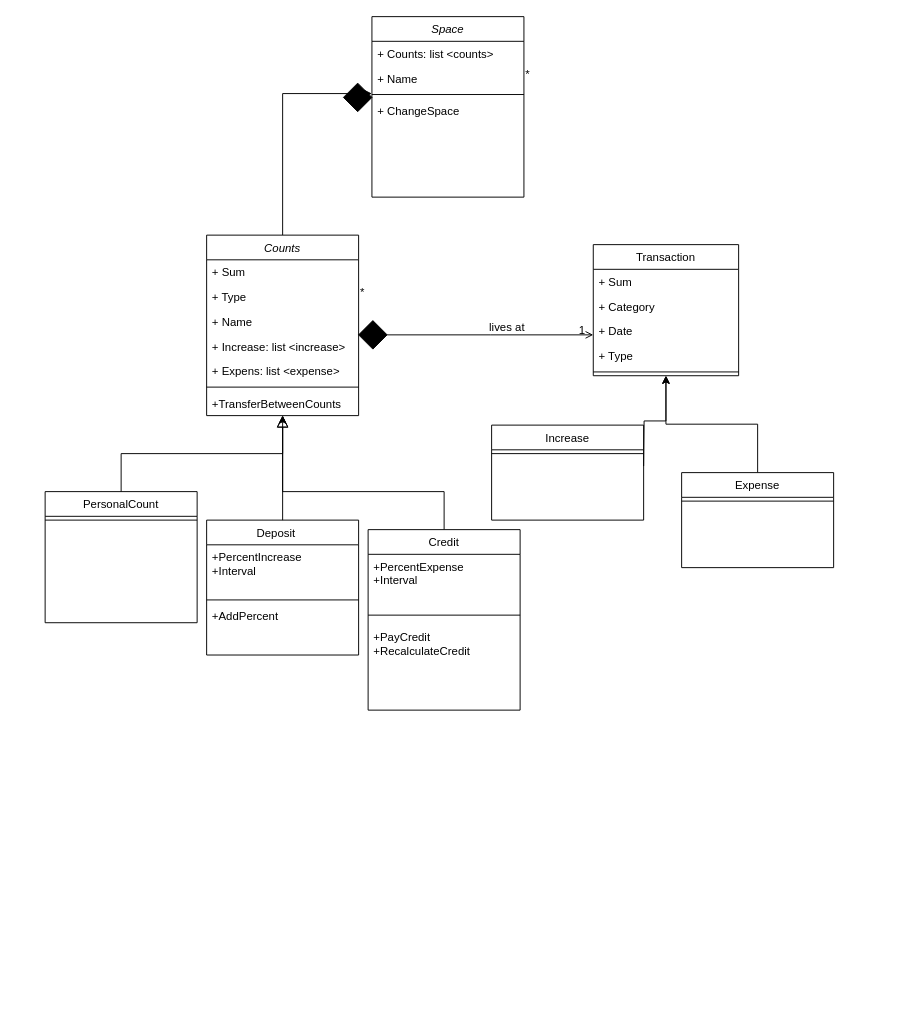
The draw.io diagram FinanceAnalytic/UML/Untitled Diagram.drawio in klokgd/FinanceAnalytic, before the edit. Source tidied: cells renumbered, new cells numbered last; positions are measured from the earlier drawing's top-left corner, leaving out a move shared by most shapes. Both pictures are drawn from the tidied source at 95%, with x=0, y=0 at pixel (45, 16).
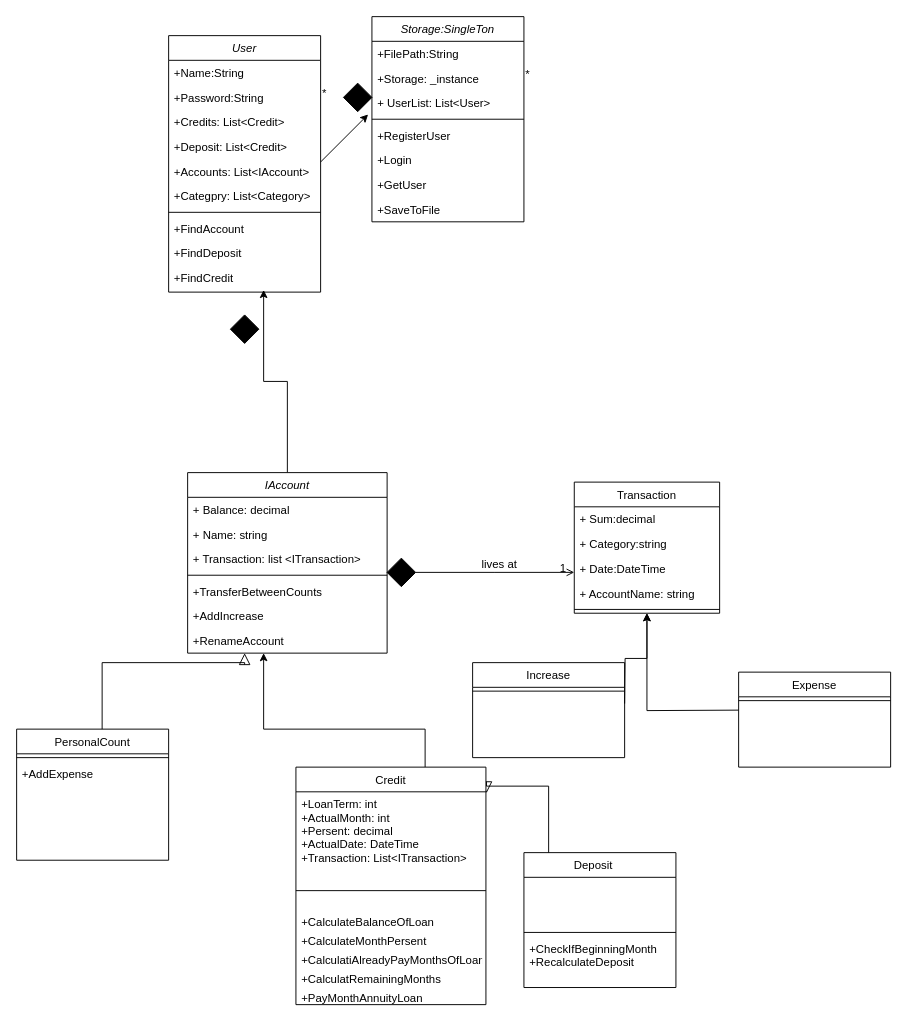
After the change.

The edit, as a diff of the source:
```diff
@@
-    <mxCell id="2" style="edgeStyle=orthogonalEdgeStyle;rounded=0;jettySize=auto;html=1;entryX=0;entryY=1.115;entryDx=0;entryDy=0;entryPerimeter=0;" parent="1" edge="1" source="3" target="44">
+    <mxCell id="2" style="edgeStyle=orthogonalEdgeStyle;rounded=0;jettySize=auto;html=1;entryX=0.625;entryY=0.989;entryDx=0;entryDy=0;entryPerimeter=0;" parent="1" edge="1" source="3" target="72">
       <mxGeometry relative="1" as="geometry" />
     </mxCell>
-    <mxCell id="3" value="Counts" style="swimlane;fontStyle=2;align=center;verticalAlign=top;horizontal=1;startSize=26;rounded=0;shadow=0;strokeWidth=1;" parent="1" vertex="1">
-      <mxGeometry x="170" y="230" width="160" height="190" as="geometry" />
+    <mxCell id="3" value="IAccount" style="swimlane;fontStyle=2;align=center;verticalAlign=top;horizontal=1;startSize=26;rounded=0;shadow=0;strokeWidth=1;" parent="1" vertex="1">
+      <mxGeometry x="150" y="480" width="210" height="190" as="geometry" />
     </mxCell>
-    <mxCell id="4" value="+ Sum" style="text;align=left;verticalAlign=top;spacingLeft=4;spacingRight=4;overflow=hidden;" parent="3" vertex="1">
-      <mxGeometry y="26" width="160" height="26" as="geometry" />
+    <mxCell id="4" value="+ Balance: decimal" style="text;align=left;verticalAlign=top;spacingLeft=4;spacingRight=4;overflow=hidden;" parent="3" vertex="1">
+      <mxGeometry y="26" width="210" height="26" as="geometry" />
     </mxCell>
-    <mxCell id="5" value="+ Type" style="text;align=left;verticalAlign=top;spacingLeft=4;spacingRight=4;overflow=hidden;rounded=0;shadow=0;html=0;" parent="3" vertex="1">
-      <mxGeometry y="52" width="160" height="26" as="geometry" />
+    <mxCell id="5" value="+ Name: string" style="text;align=left;verticalAlign=top;spacingLeft=4;spacingRight=4;overflow=hidden;rounded=0;shadow=0;html=0;" parent="3" vertex="1">
+      <mxGeometry y="52" width="210" height="26" as="geometry" />
     </mxCell>
-    <mxCell id="6" value="+ Name" style="text;align=left;verticalAlign=top;spacingLeft=4;spacingRight=4;overflow=hidden;rounded=0;shadow=0;html=0;" parent="3" vertex="1">
-      <mxGeometry y="78" width="160" height="26" as="geometry" />
-    </mxCell>
-    <mxCell id="7" value="+ Increase: list &lt;increase&gt;" style="text;align=left;verticalAlign=top;spacingLeft=4;spacingRight=4;overflow=hidden;rounded=0;shadow=0;html=0;" parent="3" vertex="1">
-      <mxGeometry y="104" width="160" height="26" as="geometry" />
+    <mxCell id="7" value="+ Transaction: list &lt;ITransaction&gt;" style="text;align=left;verticalAlign=top;spacingLeft=4;spacingRight=4;overflow=hidden;rounded=0;shadow=0;html=0;" parent="3" vertex="1">
+      <mxGeometry y="78" width="210" height="26" as="geometry" />
     </mxCell>
-    <mxCell id="8" value="+ Expens: list &lt;expense&gt;" style="text;align=left;verticalAlign=top;spacingLeft=4;spacingRight=4;overflow=hidden;rounded=0;shadow=0;html=0;" parent="3" vertex="1">
-      <mxGeometry y="130" width="160" height="26" as="geometry" />
-    </mxCell>
     <mxCell id="9" style="line;html=1;strokeWidth=1;align=left;verticalAlign=middle;spacingTop=-1;spacingLeft=3;spacingRight=3;labelPosition=right;" parent="3" vertex="1">
-      <mxGeometry y="156" width="160" height="8" as="geometry" />
+      <mxGeometry y="104" width="210" height="8" as="geometry" />
     </mxCell>
     <mxCell id="10" value="+TransferBetweenCounts" style="text;align=left;verticalAlign=top;spacingLeft=4;spacingRight=4;overflow=hidden;rounded=0;shadow=0;html=0;" parent="3" vertex="1">
-      <mxGeometry y="164" width="160" height="26" as="geometry" />
+      <mxGeometry y="112" width="210" height="26" as="geometry" />
     </mxCell>
+    <mxCell id="50" value="+AddIncrease" style="text;align=left;verticalAlign=top;spacingLeft=4;spacingRight=4;overflow=hidden;rounded=0;shadow=0;html=0;" parent="3" vertex="1">
+      <mxGeometry y="138" width="210" height="26" as="geometry" />
+    </mxCell>
+    <mxCell id="51" value="+RenameAccount" style="text;align=left;verticalAlign=top;spacingLeft=4;spacingRight=4;overflow=hidden;rounded=0;shadow=0;html=0;" parent="3" vertex="1">
+      <mxGeometry y="164" width="210" height="26" as="geometry" />
+    </mxCell>
     <mxCell id="11" value="PersonalCount" style="swimlane;fontStyle=0;align=center;verticalAlign=top;horizontal=1;startSize=26;rounded=0;shadow=0;strokeWidth=1;" parent="1" vertex="1">
-      <mxGeometry y="500" width="160" height="138" as="geometry" />
+      <mxGeometry x="-30" y="750" width="160" height="138" as="geometry" />
     </mxCell>
@@
+    <mxCell id="52" value="+AddExpense" style="text;align=left;verticalAlign=top;spacingLeft=4;spacingRight=4;overflow=hidden;rounded=0;shadow=0;html=0;" parent="11" vertex="1">
+      <mxGeometry y="34" width="160" height="26" as="geometry" />
+    </mxCell>
-    <mxCell id="13" style="endArrow=block;endSize=10;endFill=0;shadow=0;strokeWidth=1;rounded=0;edgeStyle=elbowEdgeStyle;elbow=vertical;" parent="1" edge="1" source="11" target="3">
-      <mxGeometry relative="1" as="geometry" />
+    <mxCell id="13" style="endArrow=block;endSize=10;endFill=0;shadow=0;strokeWidth=1;rounded=0;edgeStyle=elbowEdgeStyle;elbow=vertical;" parent="1" edge="1" target="3">
+      <mxGeometry relative="1" as="geometry">
+        <mxPoint x="60" y="750" as="sourcePoint" />
+        <Array as="points">
+          <mxPoint x="210" y="680" />
+        </Array>
+      </mxGeometry>
     </mxCell>
     <mxCell id="14" value="Deposit    " style="swimlane;fontStyle=0;align=center;verticalAlign=top;horizontal=1;startSize=26;rounded=0;shadow=0;strokeWidth=1;" parent="1" vertex="1">
-      <mxGeometry x="170" y="530" width="160" height="142" as="geometry" />
+      <mxGeometry x="504" y="880" width="160" height="142" as="geometry" />
     </mxCell>
-    <mxCell id="15" value="+PercentIncrease&#10;+Interval&#10;" style="text;align=left;verticalAlign=top;spacingLeft=4;spacingRight=4;overflow=hidden;" parent="14" vertex="1">
+    <mxCell id="15" value="&#10;" style="text;align=left;verticalAlign=top;spacingLeft=4;spacingRight=4;overflow=hidden;" parent="14" vertex="1">
       <mxGeometry y="26" width="160" height="54" as="geometry" />
     </mxCell>
@@
-    <mxCell id="17" value="+AddPercent" style="text;align=left;verticalAlign=top;spacingLeft=4;spacingRight=4;overflow=hidden;" parent="14" vertex="1">
+    <mxCell id="17" value="+CheckIfBeginningMonth&#10;+RecalculateDeposit&#10;" style="text;align=left;verticalAlign=top;spacingLeft=4;spacingRight=4;overflow=hidden;" parent="14" vertex="1">
       <mxGeometry y="88" width="160" height="54" as="geometry" />
     </mxCell>
-    <mxCell id="18" style="endArrow=block;endSize=10;endFill=0;shadow=0;strokeWidth=1;rounded=0;edgeStyle=elbowEdgeStyle;elbow=vertical;" parent="1" edge="1" source="14" target="3">
-      <mxGeometry relative="1" as="geometry" />
+    <mxCell id="18" style="endArrow=block;endSize=10;endFill=0;shadow=0;strokeWidth=1;rounded=0;edgeStyle=elbowEdgeStyle;elbow=vertical;entryX=1.003;entryY=0.11;entryDx=0;entryDy=0;entryPerimeter=0;" parent="1" edge="1" source="14" target="29">
+      <mxGeometry relative="1" as="geometry">
+        <Array as="points">
+          <mxPoint x="530" y="810" />
+        </Array>
+      </mxGeometry>
     </mxCell>
     <mxCell id="19" value="Transaction" style="swimlane;fontStyle=0;align=center;verticalAlign=top;horizontal=1;startSize=26;rounded=0;shadow=0;strokeWidth=1;" parent="1" vertex="1">
-      <mxGeometry x="577" y="240" width="153" height="138" as="geometry" />
+      <mxGeometry x="557" y="490" width="153" height="138" as="geometry" />
     </mxCell>
-    <mxCell id="20" value="+ Sum" style="text;align=left;verticalAlign=top;spacingLeft=4;spacingRight=4;overflow=hidden;" parent="19" vertex="1">
+    <mxCell id="20" value="+ Sum:decimal" style="text;align=left;verticalAlign=top;spacingLeft=4;spacingRight=4;overflow=hidden;" parent="19" vertex="1">
       <mxGeometry y="26" width="153" height="26" as="geometry" />
     </mxCell>
-    <mxCell id="21" value="+ Category" style="text;align=left;verticalAlign=top;spacingLeft=4;spacingRight=4;overflow=hidden;" parent="19" vertex="1">
+    <mxCell id="21" value="+ Category:string" style="text;align=left;verticalAlign=top;spacingLeft=4;spacingRight=4;overflow=hidden;" parent="19" vertex="1">
       <mxGeometry y="52" width="153" height="26" as="geometry" />
     </mxCell>
-    <mxCell id="22" value="+ Date" style="text;align=left;verticalAlign=top;spacingLeft=4;spacingRight=4;overflow=hidden;" parent="19" vertex="1">
+    <mxCell id="22" value="+ Date:DateTime" style="text;align=left;verticalAlign=top;spacingLeft=4;spacingRight=4;overflow=hidden;" parent="19" vertex="1">
       <mxGeometry y="78" width="153" height="26" as="geometry" />
     </mxCell>
-    <mxCell id="23" value="+ Type " style="text;align=left;verticalAlign=top;spacingLeft=4;spacingRight=4;overflow=hidden;" parent="19" vertex="1">
+    <mxCell id="23" value="+ AccountName: string " style="text;align=left;verticalAlign=top;spacingLeft=4;spacingRight=4;overflow=hidden;" parent="19" vertex="1">
       <mxGeometry y="104" width="153" height="26" as="geometry" />
     </mxCell>
@@
     <mxCell id="28" style="edgeStyle=orthogonalEdgeStyle;rounded=0;jettySize=auto;html=1;" parent="1" edge="1" source="29">
       <mxGeometry relative="1" as="geometry">
-        <mxPoint x="250" y="420" as="targetPoint" />
+        <mxPoint x="230" y="670" as="targetPoint" />
         <Array as="points">
-          <mxPoint x="420" y="500" />
-          <mxPoint x="250" y="500" />
+          <mxPoint x="400" y="750" />
+          <mxPoint x="230" y="750" />
         </Array>
       </mxGeometry>
     </mxCell>
     <mxCell id="29" value="Credit" style="swimlane;fontStyle=0;align=center;verticalAlign=top;horizontal=1;startSize=26;rounded=0;shadow=0;strokeWidth=1;" parent="1" vertex="1">
-      <mxGeometry x="340" y="540" width="160" height="190" as="geometry" />
+      <mxGeometry x="264" y="790" width="200" height="250" as="geometry" />
     </mxCell>
-    <mxCell id="30" value="+PercentExpense&#10;+Interval&#10;" style="text;align=left;verticalAlign=top;spacingLeft=4;spacingRight=4;overflow=hidden;" parent="29" vertex="1">
-      <mxGeometry y="26" width="160" height="54" as="geometry" />
+    <mxCell id="30" value="+LoanTerm: int&#10;+ActualMonth: int&#10;+Persent: decimal&#10;+ActualDate: DateTime&#10;+Transaction: List&lt;ITransaction&gt;&#10;" style="text;align=left;verticalAlign=top;spacingLeft=4;spacingRight=4;overflow=hidden;" parent="29" vertex="1">
+      <mxGeometry y="26" width="200" height="84" as="geometry" />
     </mxCell>
     <mxCell id="31" style="line;html=1;strokeWidth=1;align=left;verticalAlign=middle;spacingTop=-1;spacingLeft=3;spacingRight=3;labelPosition=right;" parent="29" vertex="1">
-      <mxGeometry y="80" width="160" height="20" as="geometry" />
+      <mxGeometry y="110" width="200" height="40" as="geometry" />
     </mxCell>
-    <mxCell id="32" value="+PayCredit&#10;+RecalculateCredit&#10;" style="text;align=left;verticalAlign=top;spacingLeft=4;spacingRight=4;overflow=hidden;" parent="29" vertex="1">
-      <mxGeometry y="100" width="160" height="32" as="geometry" />
-    </mxCell>
+    <mxCell id="53" value="+CalculateBalanceOfLoan" style="text;align=left;verticalAlign=top;spacingLeft=4;spacingRight=4;overflow=hidden;" parent="29" vertex="1">
+      <mxGeometry y="150" width="200" height="20" as="geometry" />
+    </mxCell>
+    <mxCell id="54" value="+CalculateMonthPersent" style="text;align=left;verticalAlign=top;spacingLeft=4;spacingRight=4;overflow=hidden;" parent="29" vertex="1">
+      <mxGeometry y="170" width="200" height="20" as="geometry" />
+    </mxCell>
+    <mxCell id="55" value="+CalculatiAlreadyPayMonthsOfLoan" style="text;align=left;verticalAlign=top;spacingLeft=4;spacingRight=4;overflow=hidden;" parent="29" vertex="1">
+      <mxGeometry y="190" width="200" height="20" as="geometry" />
+    </mxCell>
+    <mxCell id="56" value="+CalculatRemainingMonths" style="text;align=left;verticalAlign=top;spacingLeft=4;spacingRight=4;overflow=hidden;" parent="29" vertex="1">
+      <mxGeometry y="210" width="200" height="20" as="geometry" />
+    </mxCell>
+    <mxCell id="57" value="+PayMonthAnnuityLoan&#10;" style="text;align=left;verticalAlign=top;spacingLeft=4;spacingRight=4;overflow=hidden;" parent="29" vertex="1">
+      <mxGeometry y="230" width="200" height="20" as="geometry" />
+    </mxCell>
     <mxCell id="33" value="Increase" style="swimlane;fontStyle=0;align=center;verticalAlign=top;horizontal=1;startSize=26;rounded=0;shadow=0;strokeWidth=1;" parent="1" vertex="1">
-      <mxGeometry x="470" y="430" width="160" height="100" as="geometry" />
+      <mxGeometry x="450" y="680" width="160" height="100" as="geometry" />
     </mxCell>
@@
     <mxCell id="35" style="rhombus;whiteSpace=wrap;html=1;strokeColor=#000000;fillColor=#000000;" parent="1" vertex="1">
-      <mxGeometry x="330" y="320" width="30" height="30" as="geometry" />
+      <mxGeometry x="360" y="570" width="30" height="30" as="geometry" />
     </mxCell>
-    <mxCell id="36" style="endArrow=none;shadow=0;strokeWidth=1;rounded=0;endFill=1;edgeStyle=elbowEdgeStyle;elbow=vertical;" parent="1" edge="1" source="3">
-      <mxGeometry x="0.5" y="41" relative="1" as="geometry">
-        <mxPoint x="330" y="295" as="targetPoint" />
-        <mxPoint x="-40" y="32" as="offset" />
-      </mxGeometry>
-    </mxCell>
-    <mxCell id="37" value="*" style="align=left;verticalAlign=bottom;labelBackgroundColor=none;fontSize=12;" parent="36" vertex="1">
-      <mxGeometry x="-1" relative="1" as="geometry">
-        <mxPoint y="4" as="offset" />
-      </mxGeometry>
-    </mxCell>
-    <mxCell id="38" style="edgeStyle=orthogonalEdgeStyle;rounded=0;jettySize=auto;html=1;entryX=0.5;entryY=1;entryDx=0;entryDy=0;" parent="1" edge="1" source="39" target="19">
-      <mxGeometry relative="1" as="geometry" />
+    <mxCell id="38" style="edgeStyle=orthogonalEdgeStyle;rounded=0;jettySize=auto;html=1;entryX=0.5;entryY=1;entryDx=0;entryDy=0;" parent="1" edge="1" target="19">
+      <mxGeometry relative="1" as="geometry">
+        <mxPoint x="730" y="730" as="sourcePoint" />
+      </mxGeometry>
     </mxCell>
     <mxCell id="39" value="Expense" style="swimlane;fontStyle=0;align=center;verticalAlign=top;horizontal=1;startSize=26;rounded=0;shadow=0;strokeWidth=1;" parent="1" vertex="1">
-      <mxGeometry x="670" y="480" width="160" height="100" as="geometry" />
+      <mxGeometry x="730" y="690" width="160" height="100" as="geometry" />
     </mxCell>
@@
     <mxCell id="41" style="edgeStyle=orthogonalEdgeStyle;rounded=0;jettySize=auto;html=1;entryX=0.5;entryY=1;entryDx=0;entryDy=0;" parent="1" edge="1" target="19">
       <mxGeometry relative="1" as="geometry">
-        <mxPoint x="630" y="473.1" as="sourcePoint" />
+        <mxPoint x="610" y="723.1" as="sourcePoint" />
       </mxGeometry>
     </mxCell>
-    <mxCell id="42" value="Space" style="swimlane;fontStyle=2;align=center;verticalAlign=top;horizontal=1;startSize=26;rounded=0;shadow=0;strokeWidth=1;" parent="1" vertex="1">
-      <mxGeometry x="344" width="160" height="190" as="geometry" />
+    <mxCell id="42" value="Storage:SingleTon" style="swimlane;fontStyle=2;align=center;verticalAlign=top;horizontal=1;startSize=26;rounded=0;shadow=0;strokeWidth=1;" parent="1" vertex="1">
+      <mxGeometry x="344" width="160" height="216" as="geometry" />
     </mxCell>
-    <mxCell id="43" value="+ Counts: list &lt;counts&gt;" style="text;align=left;verticalAlign=top;spacingLeft=4;spacingRight=4;overflow=hidden;rounded=0;shadow=0;html=0;" parent="42" vertex="1">
+    <mxCell id="43" value="+FilePath:String" style="text;align=left;verticalAlign=top;spacingLeft=4;spacingRight=4;overflow=hidden;rounded=0;shadow=0;html=0;" parent="42" vertex="1">
       <mxGeometry y="26" width="160" height="26" as="geometry" />
     </mxCell>
+    <mxCell id="58" value="+Storage: _instance" style="text;align=left;verticalAlign=top;spacingLeft=4;spacingRight=4;overflow=hidden;rounded=0;shadow=0;html=0;" parent="42" vertex="1">
+      <mxGeometry y="52" width="160" height="26" as="geometry" />
+    </mxCell>
-    <mxCell id="44" value="+ Name" style="text;align=left;verticalAlign=top;spacingLeft=4;spacingRight=4;overflow=hidden;points=[[0,0.5],[1,0.5]];portConstraint=eastwest;rounded=0;shadow=0;html=0;" parent="42" vertex="1">
-      <mxGeometry y="52" width="160" height="26" as="geometry" />
+    <mxCell id="44" value="+ UserList: List&lt;User&gt;" style="text;align=left;verticalAlign=top;spacingLeft=4;spacingRight=4;overflow=hidden;points=[[0,0.5],[1,0.5]];portConstraint=eastwest;rounded=0;shadow=0;html=0;" parent="42" vertex="1">
+      <mxGeometry y="78" width="160" height="26" as="geometry" />
     </mxCell>
     <mxCell id="45" style="line;html=1;strokeWidth=1;align=left;verticalAlign=middle;spacingTop=-1;spacingLeft=3;spacingRight=3;labelPosition=right;" parent="42" vertex="1">
-      <mxGeometry y="78" width="160" height="8" as="geometry" />
+      <mxGeometry y="104" width="160" height="8" as="geometry" />
     </mxCell>
-    <mxCell id="46" value="+ ChangeSpace" style="text;align=left;verticalAlign=top;spacingLeft=4;spacingRight=4;overflow=hidden;rounded=0;shadow=0;html=0;" parent="42" vertex="1">
-      <mxGeometry y="86" width="160" height="26" as="geometry" />
+    <mxCell id="46" value="+RegisterUser" style="text;align=left;verticalAlign=top;spacingLeft=4;spacingRight=4;overflow=hidden;rounded=0;shadow=0;html=0;" parent="42" vertex="1">
+      <mxGeometry y="112" width="160" height="26" as="geometry" />
     </mxCell>
+    <mxCell id="59" value="+Login" style="text;align=left;verticalAlign=top;spacingLeft=4;spacingRight=4;overflow=hidden;rounded=0;shadow=0;html=0;" parent="42" vertex="1">
+      <mxGeometry y="138" width="160" height="26" as="geometry" />
+    </mxCell>
+    <mxCell id="60" value="+GetUser" style="text;align=left;verticalAlign=top;spacingLeft=4;spacingRight=4;overflow=hidden;rounded=0;shadow=0;html=0;" parent="42" vertex="1">
+      <mxGeometry y="164" width="160" height="26" as="geometry" />
+    </mxCell>
+    <mxCell id="61" value="+SaveToFile" style="text;align=left;verticalAlign=top;spacingLeft=4;spacingRight=4;overflow=hidden;rounded=0;shadow=0;html=0;" parent="42" vertex="1">
+      <mxGeometry y="190" width="160" height="26" as="geometry" />
+    </mxCell>
@@
+    <mxCell id="62" value="User" style="swimlane;fontStyle=2;align=center;verticalAlign=top;horizontal=1;startSize=26;rounded=0;shadow=0;strokeWidth=1;" parent="1" vertex="1">
+      <mxGeometry x="130" y="20" width="160" height="270" as="geometry" />
+    </mxCell>
+    <mxCell id="63" value="+Name:String" style="text;align=left;verticalAlign=top;spacingLeft=4;spacingRight=4;overflow=hidden;rounded=0;shadow=0;html=0;" parent="62" vertex="1">
+      <mxGeometry y="26" width="160" height="26" as="geometry" />
+    </mxCell>
+    <mxCell id="64" value="+Password:String" style="text;align=left;verticalAlign=top;spacingLeft=4;spacingRight=4;overflow=hidden;rounded=0;shadow=0;html=0;" parent="62" vertex="1">
+      <mxGeometry y="52" width="160" height="26" as="geometry" />
+    </mxCell>
+    <mxCell id="65" value="+Credits: List&lt;Credit&gt;" style="text;align=left;verticalAlign=top;spacingLeft=4;spacingRight=4;overflow=hidden;rounded=0;shadow=0;html=0;" parent="62" vertex="1">
+      <mxGeometry y="78" width="160" height="26" as="geometry" />
+    </mxCell>
+    <mxCell id="66" value="+Deposit: List&lt;Credit&gt;" style="text;align=left;verticalAlign=top;spacingLeft=4;spacingRight=4;overflow=hidden;rounded=0;shadow=0;html=0;" parent="62" vertex="1">
+      <mxGeometry y="104" width="160" height="26" as="geometry" />
+    </mxCell>
+    <mxCell id="67" value="+Accounts: List&lt;IAccount&gt;" style="text;align=left;verticalAlign=top;spacingLeft=4;spacingRight=4;overflow=hidden;rounded=0;shadow=0;html=0;" parent="62" vertex="1">
+      <mxGeometry y="130" width="160" height="26" as="geometry" />
+    </mxCell>
+    <mxCell id="68" value="+Categpry: List&lt;Category&gt;" style="text;align=left;verticalAlign=top;spacingLeft=4;spacingRight=4;overflow=hidden;rounded=0;shadow=0;html=0;" parent="62" vertex="1">
+      <mxGeometry y="156" width="160" height="26" as="geometry" />
+    </mxCell>
+    <mxCell id="69" style="line;html=1;strokeWidth=1;align=left;verticalAlign=middle;spacingTop=-1;spacingLeft=3;spacingRight=3;labelPosition=right;" parent="62" vertex="1">
+      <mxGeometry y="182" width="160" height="8" as="geometry" />
+    </mxCell>
+    <mxCell id="70" value="+FindAccount" style="text;align=left;verticalAlign=top;spacingLeft=4;spacingRight=4;overflow=hidden;rounded=0;shadow=0;html=0;" parent="62" vertex="1">
+      <mxGeometry y="190" width="160" height="26" as="geometry" />
+    </mxCell>
+    <mxCell id="71" value="+FindDeposit" style="text;align=left;verticalAlign=top;spacingLeft=4;spacingRight=4;overflow=hidden;rounded=0;shadow=0;html=0;" parent="62" vertex="1">
+      <mxGeometry y="216" width="160" height="26" as="geometry" />
+    </mxCell>
+    <mxCell id="72" value="+FindCredit" style="text;align=left;verticalAlign=top;spacingLeft=4;spacingRight=4;overflow=hidden;points=[[0,0.5],[1,0.5]];portConstraint=eastwest;rounded=0;shadow=0;html=0;" parent="62" vertex="1">
+      <mxGeometry y="242" width="160" height="26" as="geometry" />
+    </mxCell>
+    <mxCell id="73" style="endArrow=none;shadow=0;strokeWidth=1;rounded=0;endFill=1;edgeStyle=elbowEdgeStyle;elbow=vertical;" parent="1" edge="1" source="62">
+      <mxGeometry x="0.5" y="41" relative="1" as="geometry">
+        <mxPoint x="290" y="85" as="targetPoint" />
+        <mxPoint x="-40" y="32" as="offset" />
+      </mxGeometry>
+    </mxCell>
+    <mxCell id="37" value="*" style="align=left;verticalAlign=bottom;labelBackgroundColor=none;fontSize=12;" parent="73" vertex="1">
+      <mxGeometry x="-1" relative="1" as="geometry">
+        <mxPoint y="4" as="offset" />
+      </mxGeometry>
+    </mxCell>
+    <mxCell id="74" style="endArrow=classic;html=1;rounded=0;" parent="1" edge="1">
+      <mxGeometry relative="1" as="geometry">
+        <mxPoint x="290" y="153" as="sourcePoint" />
+        <mxPoint x="340" y="103" as="targetPoint" />
+      </mxGeometry>
+    </mxCell>
+    <mxCell id="75" style="rhombus;whiteSpace=wrap;html=1;strokeColor=#000000;fillColor=#000000;" parent="1" vertex="1">
+      <mxGeometry x="195" y="314" width="30" height="30" as="geometry" />
+    </mxCell>
```
